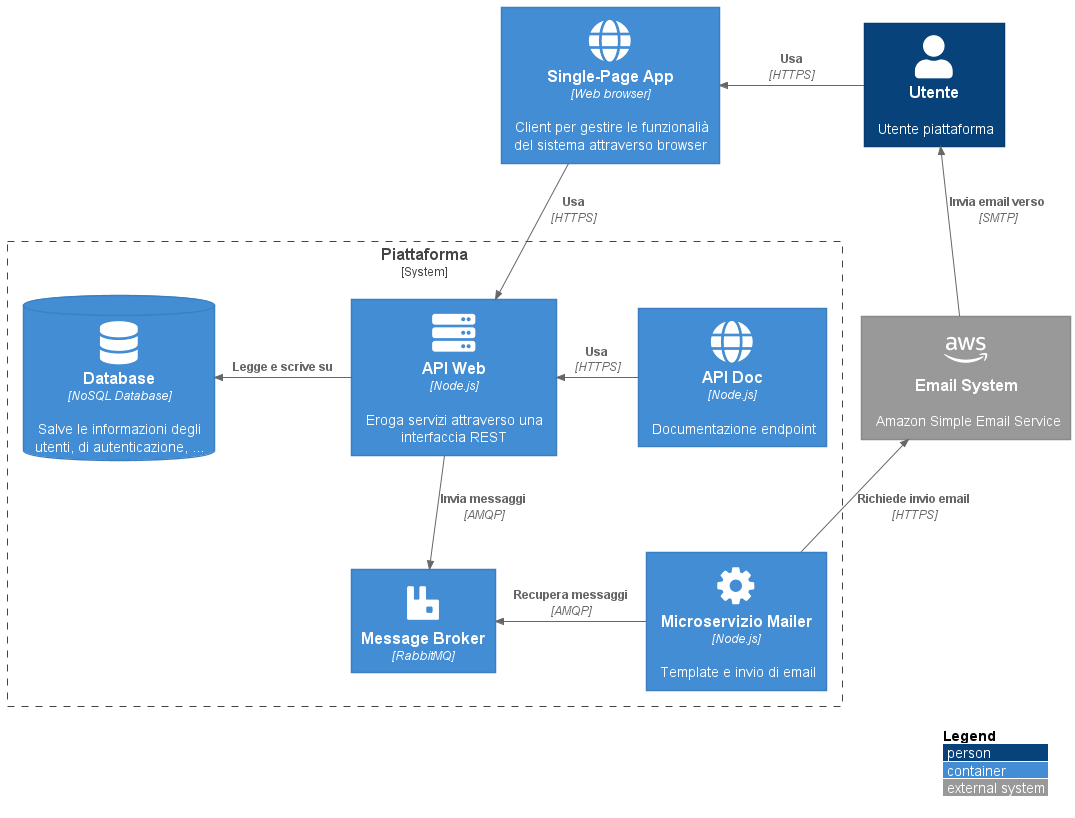
The PlantUML diagram out/assets/container-diagram-generale/container-diagram-generale.png in sir3mat/tesi, before a commit.
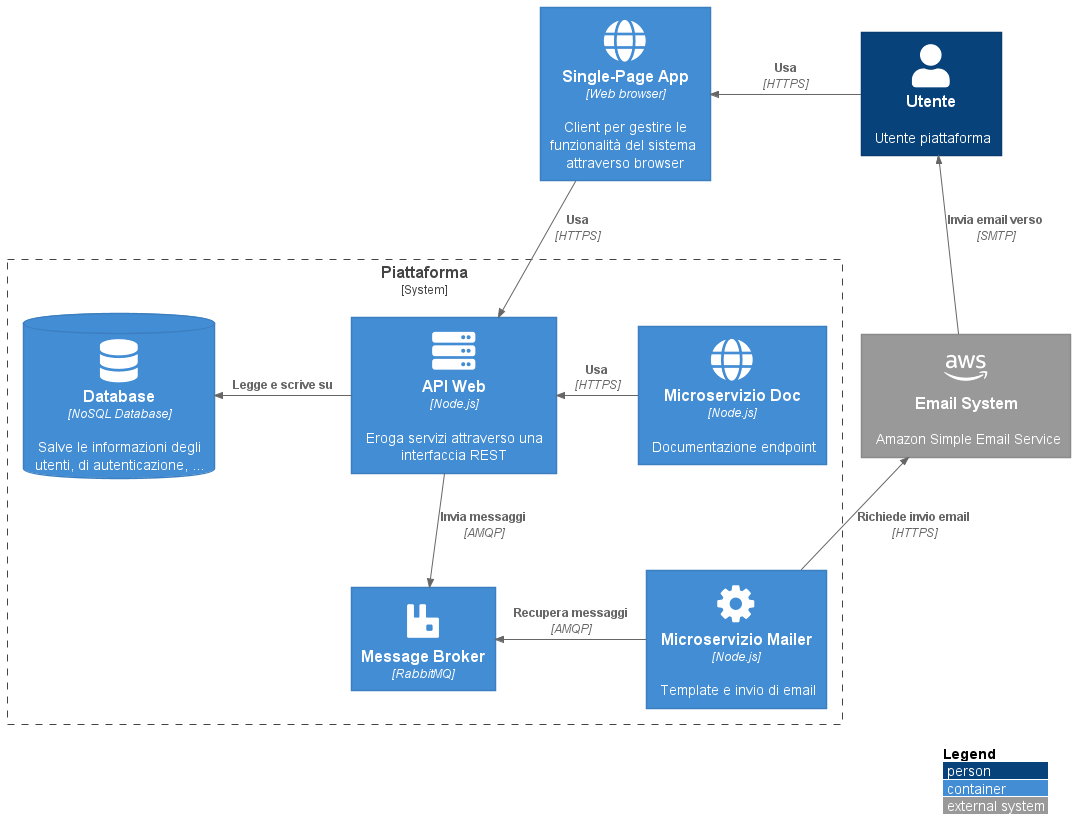
Later version of the same file.

Diff of the diagram source:
```diff
@@ -21,13 +21,13 @@
 
 System_Boundary(c1, "Piattaforma") {
     Container(backend_api, "API Web", "Node.js", "Eroga servizi attraverso una interfaccia REST", "server")
-    Container(doc, "API Doc", "Node.js", "Documentazione endpoint","globe")
+    Container(doc, "Microservizio Doc", "Node.js", "Documentazione endpoint","globe")
     Container(rabbit, "Message Broker","RabbitMQ","","rabbitmq")
     Container(mailer, "Microservizio Mailer","Node.js", "Template e invio di email","gear")
     ContainerDb(mongo, "Database", "NoSQL Database", "Salve le informazioni degli utenti, di autenticazione, ...", "database")
 }
 
-Container(spa, "Single-Page App", "Web browser", "Client per gestire le funzionalià del sistema attraverso browser","globe")
+Container(spa, "Single-Page App", "Web browser", "Client per gestire le funzionalità del sistema attraverso browser","globe")
 
 System_Ext(ses, "Email System", "Amazon Simple Email Service","aws")
 
```
